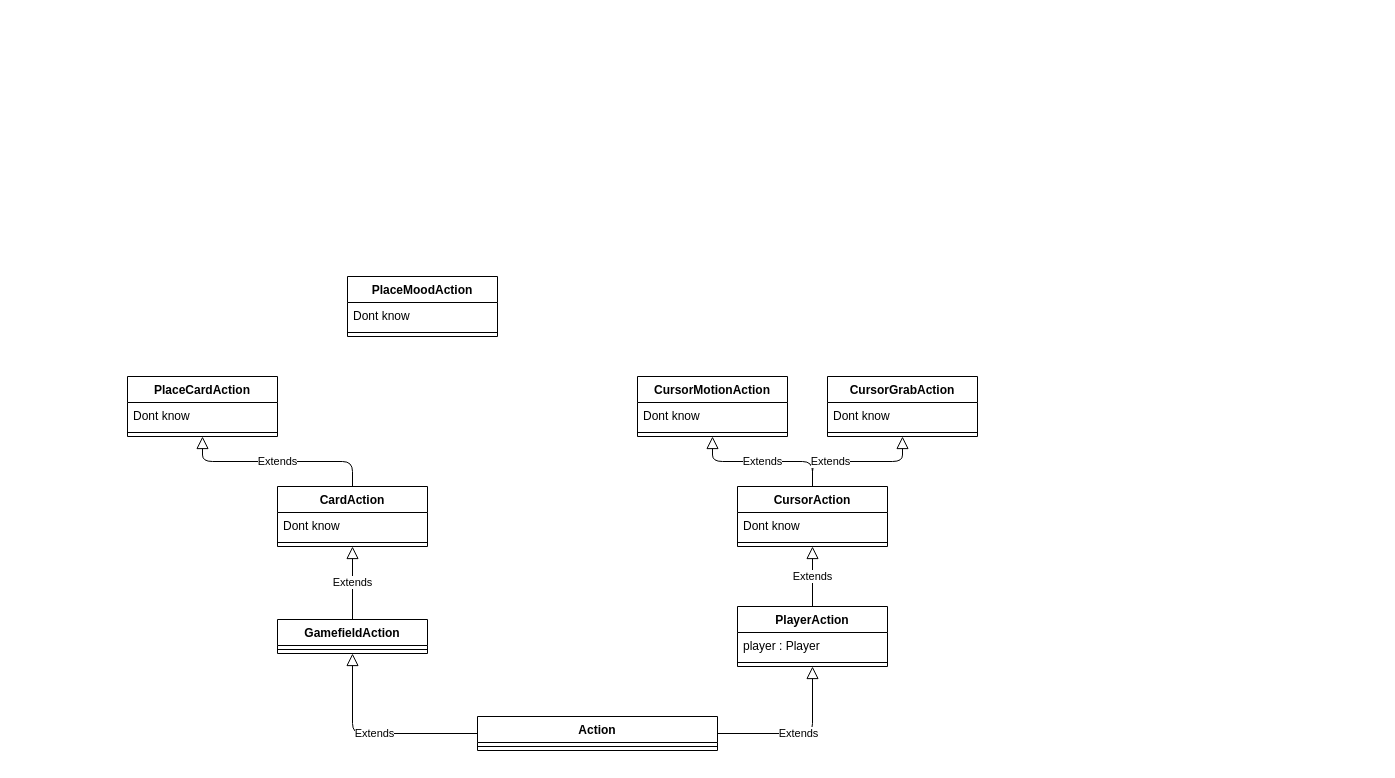
NobleMetalLabs/the-genesis-gambit keeps this draw.io diagram as page "ActionClassDiagram" (2 of 3) of uml/authoritative-actions.dio. Above is the earlier version. Source tidied: cells renumbered, new cells numbered last; positions are measured from the earlier drawing's top-left corner, leaving out a move shared by most shapes. Both pictures are drawn from the tidied source at 100%, with x=0, y=0 at pixel (127, 276).
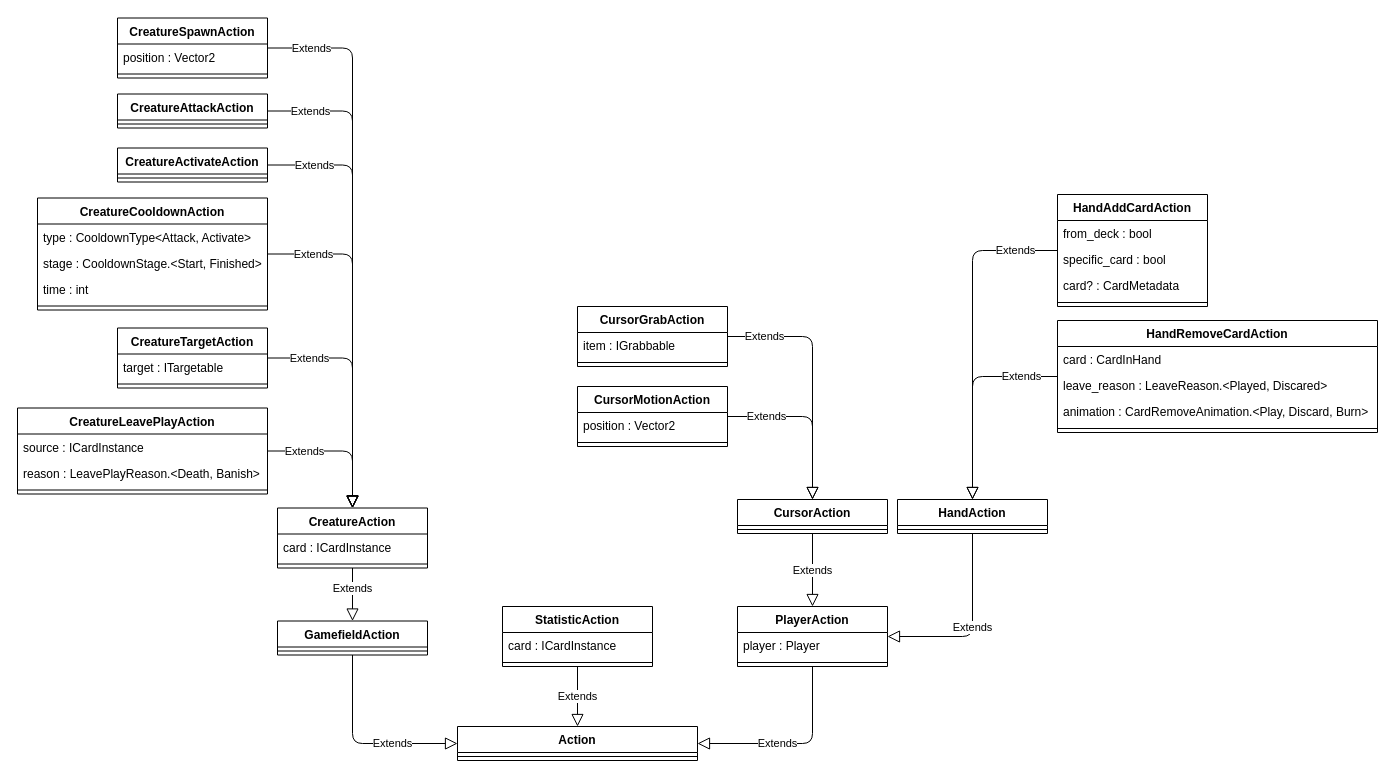
The same diagram, later.

The change refers to these unchanged cells:
```xml
<mxCell id="7" value="PlayerAction" style="swimlane;fontStyle=1;align=center;verticalAlign=top;horizontal=1;startSize=26;" parent="1" vertex="1">
  <mxGeometry x="610" y="330" width="150" height="60" as="geometry" />
</mxCell>
```

What changed in the source:
```diff
@@
     <mxCell id="2" value="Action" style="swimlane;fontStyle=1;align=center;verticalAlign=top;horizontal=1;startSize=26;" parent="1" vertex="1">
-      <mxGeometry x="350" y="440" width="240" height="34" as="geometry" />
+      <mxGeometry x="330" y="450" width="240" height="34" as="geometry" />
     </mxCell>
@@
     <mxCell id="4" value="GamefieldAction" style="swimlane;fontStyle=1;align=center;verticalAlign=top;horizontal=1;startSize=26;" parent="1" vertex="1">
-      <mxGeometry x="150" y="343" width="150" height="34" as="geometry" />
+      <mxGeometry x="150" y="344.5" width="150" height="34" as="geometry" />
     </mxCell>
@@
-    <mxCell id="6" value="Extends" style="endArrow=block;endSize=10;endFill=0;html=1;elbow=vertical;edgeStyle=orthogonalEdgeStyle;" parent="1" edge="1" source="2" target="4">
-      <mxGeometry relative="1" as="geometry" />
+    <mxCell id="6" value="Extends" style="endArrow=block;endSize=10;endFill=0;html=1;edgeStyle=elbowEdgeStyle;" parent="1" edge="1" source="4" target="2">
+      <mxGeometry x="0.32" relative="1" as="geometry">
+        <Array as="points">
+          <mxPoint x="225" y="420" />
+        </Array>
+      </mxGeometry>
     </mxCell>
@@
-    <mxCell id="10" value="Extends" style="endArrow=block;endSize=10;endFill=0;html=1;elbow=vertical;edgeStyle=orthogonalEdgeStyle;" parent="1" edge="1" source="2" target="7">
-      <mxGeometry relative="1" as="geometry" />
+    <mxCell id="10" value="Extends" style="endArrow=block;endSize=10;endFill=0;html=1;elbow=vertical;edgeStyle=orthogonalEdgeStyle;" parent="1" edge="1" source="7" target="2">
+      <mxGeometry x="0.17" relative="1" as="geometry">
+        <Array as="points">
+          <mxPoint x="685" y="467" />
+        </Array>
+      </mxGeometry>
     </mxCell>
     <mxCell id="11" value="CursorAction" style="swimlane;fontStyle=1;align=center;verticalAlign=top;horizontal=1;startSize=26;" parent="1" vertex="1">
-      <mxGeometry x="610" y="210" width="150" height="60" as="geometry" />
+      <mxGeometry x="610" y="223" width="150" height="34" as="geometry" />
     </mxCell>
-    <mxCell id="12" value="Dont know" style="text;strokeColor=none;fillColor=none;align=left;verticalAlign=top;spacingLeft=4;spacingRight=4;overflow=hidden;" parent="11" vertex="1">
-      <mxGeometry y="26" width="150" height="26" as="geometry" />
-    </mxCell>
     <mxCell id="13" style="line;strokeWidth=1;fillColor=none;align=left;verticalAlign=middle;spacingTop=-1;spacingLeft=3;spacingRight=3;labelPosition=right;strokeColor=inherit;" parent="11" vertex="1">
-      <mxGeometry y="52" width="150" height="8" as="geometry" />
+      <mxGeometry y="26" width="150" height="8" as="geometry" />
     </mxCell>
-    <mxCell id="14" value="PlaceCardAction" style="swimlane;fontStyle=1;align=center;verticalAlign=top;horizontal=1;startSize=26;" parent="1" vertex="1">
-      <mxGeometry y="100" width="150" height="60" as="geometry" />
+    <mxCell id="14" value="CreatureLeavePlayAction" style="swimlane;fontStyle=1;align=center;verticalAlign=top;horizontal=1;startSize=26;" parent="1" vertex="1">
+      <mxGeometry x="-110" y="131.5" width="250" height="86" as="geometry" />
     </mxCell>
+    <mxCell id="34" value="source : ICardInstance" style="text;strokeColor=none;fillColor=none;align=left;verticalAlign=top;spacingLeft=4;spacingRight=4;overflow=hidden;" parent="14" vertex="1">
+      <mxGeometry y="26" width="250" height="26" as="geometry" />
+    </mxCell>
-    <mxCell id="15" value="Dont know" style="text;strokeColor=none;fillColor=none;align=left;verticalAlign=top;spacingLeft=4;spacingRight=4;overflow=hidden;" parent="14" vertex="1">
-      <mxGeometry y="26" width="150" height="26" as="geometry" />
+    <mxCell id="15" value="reason : LeavePlayReason.&lt;Death, Banish&gt;" style="text;strokeColor=none;fillColor=none;align=left;verticalAlign=top;spacingLeft=4;spacingRight=4;overflow=hidden;" parent="14" vertex="1">
+      <mxGeometry y="52" width="250" height="26" as="geometry" />
     </mxCell>
     <mxCell id="16" style="line;strokeWidth=1;fillColor=none;align=left;verticalAlign=middle;spacingTop=-1;spacingLeft=3;spacingRight=3;labelPosition=right;strokeColor=inherit;" parent="14" vertex="1">
-      <mxGeometry y="52" width="150" height="8" as="geometry" />
+      <mxGeometry y="78" width="250" height="8" as="geometry" />
     </mxCell>
-    <mxCell id="17" value="Extends" style="endArrow=block;endSize=10;endFill=0;html=1;elbow=vertical;edgeStyle=orthogonalEdgeStyle;" parent="1" edge="1" source="7" target="11">
+    <mxCell id="17" value="Extends" style="endArrow=block;endSize=10;endFill=0;html=1;elbow=vertical;edgeStyle=orthogonalEdgeStyle;" parent="1" edge="1" source="11" target="7">
       <mxGeometry relative="1" as="geometry" />
     </mxCell>
-    <mxCell id="18" value="Extends" style="endArrow=block;endSize=10;endFill=0;html=1;elbow=vertical;edgeStyle=orthogonalEdgeStyle;" parent="1" edge="1" source="19" target="14">
-      <mxGeometry relative="1" as="geometry" />
+    <mxCell id="18" value="Extends" style="endArrow=block;endSize=10;endFill=0;html=1;elbow=vertical;edgeStyle=orthogonalEdgeStyle;" parent="1" edge="1" source="14" target="19">
+      <mxGeometry x="-0.48" relative="1" as="geometry" />
     </mxCell>
-    <mxCell id="19" value="CardAction" style="swimlane;fontStyle=1;align=center;verticalAlign=top;horizontal=1;startSize=26;" parent="1" vertex="1">
-      <mxGeometry x="150" y="210" width="150" height="60" as="geometry" />
+    <mxCell id="19" value="CreatureAction" style="swimlane;fontStyle=1;align=center;verticalAlign=top;horizontal=1;startSize=26;" parent="1" vertex="1">
+      <mxGeometry x="150" y="231.5" width="150" height="60" as="geometry" />
     </mxCell>
-    <mxCell id="20" value="Dont know" style="text;strokeColor=none;fillColor=none;align=left;verticalAlign=top;spacingLeft=4;spacingRight=4;overflow=hidden;" parent="19" vertex="1">
+    <mxCell id="20" value="card : ICardInstance" style="text;strokeColor=none;fillColor=none;align=left;verticalAlign=top;spacingLeft=4;spacingRight=4;overflow=hidden;" parent="19" vertex="1">
       <mxGeometry y="26" width="150" height="26" as="geometry" />
     </mxCell>
@@
-    <mxCell id="22" value="Extends" style="endArrow=block;endSize=10;endFill=0;html=1;elbow=vertical;edgeStyle=orthogonalEdgeStyle;" parent="1" edge="1" source="4" target="19">
-      <mxGeometry relative="1" as="geometry" />
+    <mxCell id="22" value="Extends" style="endArrow=block;endSize=10;endFill=0;html=1;elbow=vertical;edgeStyle=orthogonalEdgeStyle;" parent="1" edge="1" source="19" target="4">
+      <mxGeometry x="-0.25" relative="1" as="geometry" />
     </mxCell>
     <mxCell id="23" value="CursorMotionAction" style="swimlane;fontStyle=1;align=center;verticalAlign=top;horizontal=1;startSize=26;" parent="1" vertex="1">
-      <mxGeometry x="510" y="100" width="150" height="60" as="geometry" />
+      <mxGeometry x="450" y="110" width="150" height="60" as="geometry" />
     </mxCell>
-    <mxCell id="24" value="Dont know" style="text;strokeColor=none;fillColor=none;align=left;verticalAlign=top;spacingLeft=4;spacingRight=4;overflow=hidden;" parent="23" vertex="1">
+    <mxCell id="24" value="position : Vector2" style="text;strokeColor=none;fillColor=none;align=left;verticalAlign=top;spacingLeft=4;spacingRight=4;overflow=hidden;" parent="23" vertex="1">
       <mxGeometry y="26" width="150" height="26" as="geometry" />
     </mxCell>
@@
     <mxCell id="26" value="CursorGrabAction" style="swimlane;fontStyle=1;align=center;verticalAlign=top;horizontal=1;startSize=26;" parent="1" vertex="1">
-      <mxGeometry x="700" y="100" width="150" height="60" as="geometry" />
+      <mxGeometry x="450" y="30" width="150" height="60" as="geometry" />
     </mxCell>
-    <mxCell id="27" value="Dont know" style="text;strokeColor=none;fillColor=none;align=left;verticalAlign=top;spacingLeft=4;spacingRight=4;overflow=hidden;" parent="26" vertex="1">
+    <mxCell id="27" value="item : IGrabbable" style="text;strokeColor=none;fillColor=none;align=left;verticalAlign=top;spacingLeft=4;spacingRight=4;overflow=hidden;" parent="26" vertex="1">
       <mxGeometry y="26" width="150" height="26" as="geometry" />
     </mxCell>
@@
-    <mxCell id="29" value="Extends" style="endArrow=block;endSize=10;endFill=0;html=1;elbow=vertical;edgeStyle=orthogonalEdgeStyle;" parent="1" edge="1" source="11" target="23">
-      <mxGeometry relative="1" as="geometry" />
+    <mxCell id="29" value="Extends" style="endArrow=block;endSize=10;endFill=0;html=1;elbow=vertical;edgeStyle=orthogonalEdgeStyle;" parent="1" edge="1" source="23" target="11">
+      <mxGeometry x="-0.54" relative="1" as="geometry">
+        <Array as="points">
+          <mxPoint x="685" y="140" />
+        </Array>
+      </mxGeometry>
     </mxCell>
-    <mxCell id="30" value="Extends" style="endArrow=block;endSize=10;endFill=0;html=1;elbow=vertical;edgeStyle=orthogonalEdgeStyle;" parent="1" edge="1" source="11" target="26">
-      <mxGeometry x="-0.38" relative="1" as="geometry" />
+    <mxCell id="30" value="Extends" style="endArrow=block;endSize=10;endFill=0;html=1;elbow=vertical;edgeStyle=orthogonalEdgeStyle;" parent="1" edge="1" source="26" target="11">
+      <mxGeometry x="-0.7" relative="1" as="geometry">
+        <Array as="points">
+          <mxPoint x="685" y="60" />
+        </Array>
+      </mxGeometry>
     </mxCell>
-    <mxCell id="31" value="PlaceMoodAction" style="swimlane;fontStyle=1;align=center;verticalAlign=top;horizontal=1;startSize=26;" parent="1" vertex="1">
-      <mxGeometry x="220" width="150" height="60" as="geometry" />
-    </mxCell>
-    <mxCell id="32" value="Dont know" style="text;strokeColor=none;fillColor=none;align=left;verticalAlign=top;spacingLeft=4;spacingRight=4;overflow=hidden;" parent="31" vertex="1">
-      <mxGeometry y="26" width="150" height="26" as="geometry" />
-    </mxCell>
-    <mxCell id="33" style="line;strokeWidth=1;fillColor=none;align=left;verticalAlign=middle;spacingTop=-1;spacingLeft=3;spacingRight=3;labelPosition=right;strokeColor=inherit;" parent="31" vertex="1">
-      <mxGeometry y="52" width="150" height="8" as="geometry" />
-    </mxCell>
+    <mxCell id="35" value="HandAction" style="swimlane;fontStyle=1;align=center;verticalAlign=top;horizontal=1;startSize=26;" parent="1" vertex="1">
+      <mxGeometry x="770" y="223" width="150" height="34" as="geometry" />
+    </mxCell>
+    <mxCell id="36" style="line;strokeWidth=1;fillColor=none;align=left;verticalAlign=middle;spacingTop=-1;spacingLeft=3;spacingRight=3;labelPosition=right;strokeColor=inherit;" parent="35" vertex="1">
+      <mxGeometry y="26" width="150" height="8" as="geometry" />
+    </mxCell>
+    <mxCell id="37" value="Extends" style="endArrow=block;endSize=10;endFill=0;html=1;edgeStyle=elbowEdgeStyle;" parent="1" edge="1" source="35" target="7">
+      <mxGeometry relative="1" as="geometry">
+        <Array as="points">
+          <mxPoint x="845" y="310" />
+        </Array>
+      </mxGeometry>
+    </mxCell>
+    <mxCell id="38" value="HandRemoveCardAction" style="swimlane;fontStyle=1;align=center;verticalAlign=top;horizontal=1;startSize=26;" parent="1" vertex="1">
+      <mxGeometry x="930" y="44" width="320" height="112" as="geometry" />
+    </mxCell>
+    <mxCell id="39" value="card : CardInHand" style="text;strokeColor=none;fillColor=none;align=left;verticalAlign=top;spacingLeft=4;spacingRight=4;overflow=hidden;" parent="38" vertex="1">
+      <mxGeometry y="26" width="320" height="26" as="geometry" />
+    </mxCell>
+    <mxCell id="40" value="leave_reason : LeaveReason.&lt;Played, Discared&gt;" style="text;strokeColor=none;fillColor=none;align=left;verticalAlign=top;spacingLeft=4;spacingRight=4;overflow=hidden;" parent="38" vertex="1">
+      <mxGeometry y="52" width="320" height="26" as="geometry" />
+    </mxCell>
+    <mxCell id="41" value="animation : CardRemoveAnimation.&lt;Play, Discard, Burn&gt;" style="text;strokeColor=none;fillColor=none;align=left;verticalAlign=top;spacingLeft=4;spacingRight=4;overflow=hidden;" parent="38" vertex="1">
+      <mxGeometry y="78" width="320" height="26" as="geometry" />
+    </mxCell>
+    <mxCell id="42" style="line;strokeWidth=1;fillColor=none;align=left;verticalAlign=middle;spacingTop=-1;spacingLeft=3;spacingRight=3;labelPosition=right;strokeColor=inherit;" parent="38" vertex="1">
+      <mxGeometry y="104" width="320" height="8" as="geometry" />
+    </mxCell>
+    <mxCell id="43" value="HandAddCardAction" style="swimlane;fontStyle=1;align=center;verticalAlign=top;horizontal=1;startSize=26;" parent="1" vertex="1">
+      <mxGeometry x="930" y="-82" width="150" height="112" as="geometry" />
+    </mxCell>
+    <mxCell id="44" value="from_deck : bool" style="text;strokeColor=none;fillColor=none;align=left;verticalAlign=top;spacingLeft=4;spacingRight=4;overflow=hidden;" parent="43" vertex="1">
+      <mxGeometry y="26" width="150" height="26" as="geometry" />
+    </mxCell>
+    <mxCell id="45" value="specific_card : bool" style="text;strokeColor=none;fillColor=none;align=left;verticalAlign=top;spacingLeft=4;spacingRight=4;overflow=hidden;" parent="43" vertex="1">
+      <mxGeometry y="52" width="150" height="26" as="geometry" />
+    </mxCell>
+    <mxCell id="46" value="card? : CardMetadata" style="text;strokeColor=none;fillColor=none;align=left;verticalAlign=top;spacingLeft=4;spacingRight=4;overflow=hidden;" parent="43" vertex="1">
+      <mxGeometry y="78" width="150" height="26" as="geometry" />
+    </mxCell>
+    <mxCell id="47" style="line;strokeWidth=1;fillColor=none;align=left;verticalAlign=middle;spacingTop=-1;spacingLeft=3;spacingRight=3;labelPosition=right;strokeColor=inherit;" parent="43" vertex="1">
+      <mxGeometry y="104" width="150" height="8" as="geometry" />
+    </mxCell>
+    <mxCell id="48" value="Extends" style="endArrow=block;endSize=10;endFill=0;html=1;edgeStyle=elbowEdgeStyle;" parent="1" edge="1" source="38" target="35">
+      <mxGeometry x="-0.65" relative="1" as="geometry">
+        <Array as="points">
+          <mxPoint x="845" y="160" />
+        </Array>
+      </mxGeometry>
+    </mxCell>
+    <mxCell id="49" value="Extends" style="endArrow=block;endSize=10;endFill=0;html=1;edgeStyle=elbowEdgeStyle;" parent="1" edge="1" source="43" target="35">
+      <mxGeometry x="-0.75" relative="1" as="geometry">
+        <Array as="points">
+          <mxPoint x="845" y="90" />
+        </Array>
+      </mxGeometry>
+    </mxCell>
+    <mxCell id="50" value="CreatureActivateAction" style="swimlane;fontStyle=1;align=center;verticalAlign=top;horizontal=1;startSize=26;" parent="1" vertex="1">
+      <mxGeometry x="-10" y="-128.5" width="150" height="34" as="geometry" />
+    </mxCell>
+    <mxCell id="51" style="line;strokeWidth=1;fillColor=none;align=left;verticalAlign=middle;spacingTop=-1;spacingLeft=3;spacingRight=3;labelPosition=right;strokeColor=inherit;" parent="50" vertex="1">
+      <mxGeometry y="26" width="150" height="8" as="geometry" />
+    </mxCell>
+    <mxCell id="52" value="CreatureTargetAction" style="swimlane;fontStyle=1;align=center;verticalAlign=top;horizontal=1;startSize=26;" parent="1" vertex="1">
+      <mxGeometry x="-10" y="51.5" width="150" height="60" as="geometry" />
+    </mxCell>
+    <mxCell id="53" value="target : ITargetable" style="text;strokeColor=none;fillColor=none;align=left;verticalAlign=top;spacingLeft=4;spacingRight=4;overflow=hidden;" parent="52" vertex="1">
+      <mxGeometry y="26" width="150" height="26" as="geometry" />
+    </mxCell>
+    <mxCell id="54" style="line;strokeWidth=1;fillColor=none;align=left;verticalAlign=middle;spacingTop=-1;spacingLeft=3;spacingRight=3;labelPosition=right;strokeColor=inherit;" parent="52" vertex="1">
+      <mxGeometry y="52" width="150" height="8" as="geometry" />
+    </mxCell>
+    <mxCell id="55" value="CreatureCooldownAction" style="swimlane;fontStyle=1;align=center;verticalAlign=top;horizontal=1;startSize=26;" parent="1" vertex="1">
+      <mxGeometry x="-90" y="-78.5" width="230" height="112" as="geometry" />
+    </mxCell>
+    <mxCell id="56" value="type : CooldownType&lt;Attack, Activate&gt;" style="text;strokeColor=none;fillColor=none;align=left;verticalAlign=top;spacingLeft=4;spacingRight=4;overflow=hidden;" parent="55" vertex="1">
+      <mxGeometry y="26" width="230" height="26" as="geometry" />
+    </mxCell>
+    <mxCell id="57" value="stage : CooldownStage.&lt;Start, Finished&gt;" style="text;strokeColor=none;fillColor=none;align=left;verticalAlign=top;spacingLeft=4;spacingRight=4;overflow=hidden;" parent="55" vertex="1">
+      <mxGeometry y="52" width="230" height="26" as="geometry" />
+    </mxCell>
+    <mxCell id="58" value="time : int" style="text;strokeColor=none;fillColor=none;align=left;verticalAlign=top;spacingLeft=4;spacingRight=4;overflow=hidden;" parent="55" vertex="1">
+      <mxGeometry y="78" width="230" height="26" as="geometry" />
+    </mxCell>
+    <mxCell id="59" style="line;strokeWidth=1;fillColor=none;align=left;verticalAlign=middle;spacingTop=-1;spacingLeft=3;spacingRight=3;labelPosition=right;strokeColor=inherit;" parent="55" vertex="1">
+      <mxGeometry y="104" width="230" height="8" as="geometry" />
+    </mxCell>
+    <mxCell id="60" value="CreatureAttackAction" style="swimlane;fontStyle=1;align=center;verticalAlign=top;horizontal=1;startSize=26;" parent="1" vertex="1">
+      <mxGeometry x="-10" y="-182.5" width="150" height="34" as="geometry" />
+    </mxCell>
+    <mxCell id="61" style="line;strokeWidth=1;fillColor=none;align=left;verticalAlign=middle;spacingTop=-1;spacingLeft=3;spacingRight=3;labelPosition=right;strokeColor=inherit;" parent="60" vertex="1">
+      <mxGeometry y="26" width="150" height="8" as="geometry" />
+    </mxCell>
+    <mxCell id="62" value="CreatureSpawnAction" style="swimlane;fontStyle=1;align=center;verticalAlign=top;horizontal=1;startSize=26;" parent="1" vertex="1">
+      <mxGeometry x="-10" y="-258.5" width="150" height="60" as="geometry" />
+    </mxCell>
+    <mxCell id="63" value="position : Vector2" style="text;strokeColor=none;fillColor=none;align=left;verticalAlign=top;spacingLeft=4;spacingRight=4;overflow=hidden;" parent="62" vertex="1">
+      <mxGeometry y="26" width="150" height="26" as="geometry" />
+    </mxCell>
+    <mxCell id="64" style="line;strokeWidth=1;fillColor=none;align=left;verticalAlign=middle;spacingTop=-1;spacingLeft=3;spacingRight=3;labelPosition=right;strokeColor=inherit;" parent="62" vertex="1">
+      <mxGeometry y="52" width="150" height="8" as="geometry" />
+    </mxCell>
+    <mxCell id="65" value="Extends" style="endArrow=block;endSize=10;endFill=0;html=1;elbow=vertical;edgeStyle=orthogonalEdgeStyle;" parent="1" edge="1" source="52" target="19">
+      <mxGeometry x="-0.64" relative="1" as="geometry" />
+    </mxCell>
+    <mxCell id="66" value="Extends" style="endArrow=block;endSize=10;endFill=0;html=1;elbow=vertical;edgeStyle=orthogonalEdgeStyle;" parent="1" edge="1" source="55" target="19">
+      <mxGeometry x="-0.73" relative="1" as="geometry" />
+    </mxCell>
+    <mxCell id="67" value="Extends" style="endArrow=block;endSize=10;endFill=0;html=1;elbow=vertical;edgeStyle=orthogonalEdgeStyle;" parent="1" edge="1" source="50" target="19">
+      <mxGeometry x="-0.78" relative="1" as="geometry" />
+    </mxCell>
+    <mxCell id="68" value="Extends" style="endArrow=block;endSize=10;endFill=0;html=1;elbow=vertical;edgeStyle=orthogonalEdgeStyle;" parent="1" edge="1" source="60" target="19">
+      <mxGeometry x="-0.82" relative="1" as="geometry" />
+    </mxCell>
+    <mxCell id="69" value="Extends" style="endArrow=block;endSize=10;endFill=0;html=1;elbow=vertical;edgeStyle=orthogonalEdgeStyle;" parent="1" edge="1" source="62" target="19">
+      <mxGeometry x="-0.84" relative="1" as="geometry" />
+    </mxCell>
+    <mxCell id="70" value="StatisticAction" style="swimlane;fontStyle=1;align=center;verticalAlign=top;horizontal=1;startSize=26;" parent="1" vertex="1">
+      <mxGeometry x="375" y="330" width="150" height="60" as="geometry" />
+    </mxCell>
+    <mxCell id="71" value="card : ICardInstance" style="text;strokeColor=none;fillColor=none;align=left;verticalAlign=top;spacingLeft=4;spacingRight=4;overflow=hidden;" parent="70" vertex="1">
+      <mxGeometry y="26" width="150" height="26" as="geometry" />
+    </mxCell>
+    <mxCell id="72" style="line;strokeWidth=1;fillColor=none;align=left;verticalAlign=middle;spacingTop=-1;spacingLeft=3;spacingRight=3;labelPosition=right;strokeColor=inherit;" parent="70" vertex="1">
+      <mxGeometry y="52" width="150" height="8" as="geometry" />
+    </mxCell>
+    <mxCell id="73" value="Extends" style="endArrow=block;endSize=10;endFill=0;html=1;elbow=vertical;edgeStyle=orthogonalEdgeStyle;" parent="1" edge="1" source="70" target="2">
+      <mxGeometry relative="1" as="geometry" />
+    </mxCell>
```
